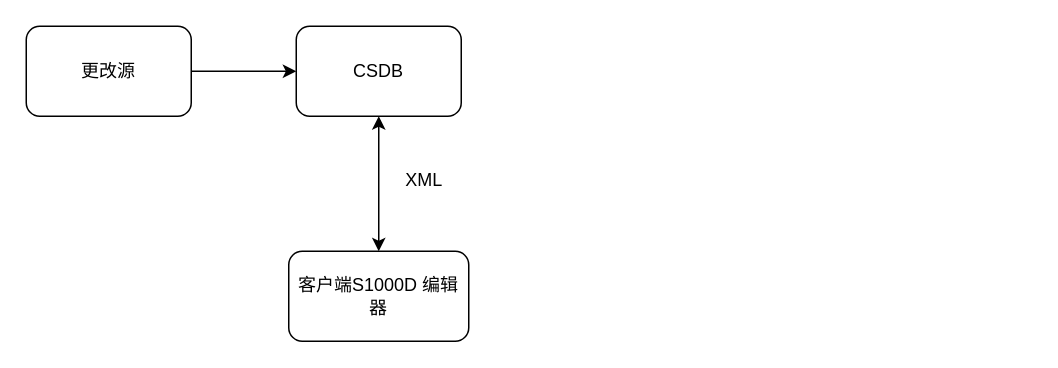
Above: csdb/csdb系统交互.drawio in DemonHan/KuickBuy (draw.io), before the change. Source tidied: cells renumbered, new cells numbered last; positions are measured from the earlier drawing's top-left corner, leaving out a move shared by most shapes. Both pictures are drawn from the tidied source at 150%, with x=0, y=0 at pixel (26, 26).
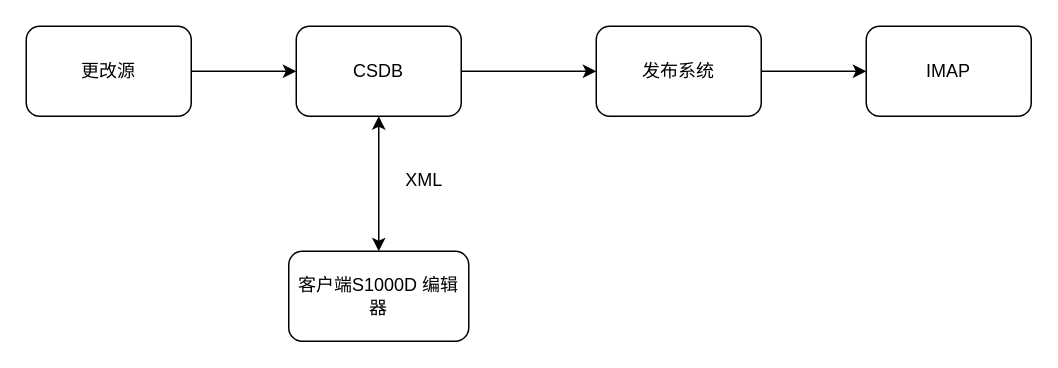
After the change.

Commit message (it also covers changes not shown here):
更新csdb系统交互.drawio

What changed in the source:
```diff
@@
 <mxGraphModel>
   <root>
     <mxCell id="0" />
     <mxCell id="1" parent="0" />
+    <mxCell id="8" style="edgeStyle=orthogonalEdgeStyle;rounded=0;jettySize=auto;html=1;entryX=0;entryY=0.5;entryDx=0;entryDy=0;" parent="1" edge="1" source="2" target="10">
+      <mxGeometry relative="1" as="geometry" />
+    </mxCell>
     <mxCell id="2" value="CSDB" style="rounded=1;whiteSpace=wrap;html=1;" parent="1" vertex="1">
       <mxGeometry x="180" width="110" height="60" as="geometry" />
     </mxCell>
     <mxCell id="3" value="客户端S1000D&amp;nbsp;编辑器" style="rounded=1;whiteSpace=wrap;html=1;" parent="1" vertex="1">
       <mxGeometry x="175" y="150" width="120" height="60" as="geometry" />
     </mxCell>
     <mxCell id="4" style="endArrow=classic;startArrow=classic;html=1;rounded=0;entryX=0.5;entryY=1;entryDx=0;entryDy=0;exitX=0.5;exitY=0;exitDx=0;exitDy=0;" parent="1" edge="1" source="3" target="2">
       <mxGeometry relative="1" as="geometry" />
     </mxCell>
     <mxCell id="5" value="XML" style="text;html=1;align=center;verticalAlign=middle;strokeColor=none;fillColor=none;" parent="1" vertex="1">
       <mxGeometry x="240" y="88" width="50" height="30" as="geometry" />
     </mxCell>
     <mxCell id="6" style="edgeStyle=orthogonalEdgeStyle;rounded=0;jettySize=auto;html=1;entryX=0;entryY=0.5;entryDx=0;entryDy=0;" parent="1" edge="1" source="7" target="2">
       <mxGeometry relative="1" as="geometry" />
     </mxCell>
     <mxCell id="7" value="更改源" style="rounded=1;whiteSpace=wrap;html=1;" parent="1" vertex="1">
       <mxGeometry width="110" height="60" as="geometry" />
     </mxCell>
+    <mxCell id="9" style="edgeStyle=orthogonalEdgeStyle;rounded=0;jettySize=auto;html=1;" parent="1" edge="1" source="10" target="11">
+      <mxGeometry relative="1" as="geometry" />
+    </mxCell>
+    <mxCell id="10" value="发布系统" style="rounded=1;whiteSpace=wrap;html=1;" parent="1" vertex="1">
+      <mxGeometry x="380" width="110" height="60" as="geometry" />
+    </mxCell>
+    <mxCell id="11" value="IMAP" style="rounded=1;whiteSpace=wrap;html=1;" parent="1" vertex="1">
+      <mxGeometry x="560" width="110" height="60" as="geometry" />
+    </mxCell>
   </root>
 </mxGraphModel>
```
